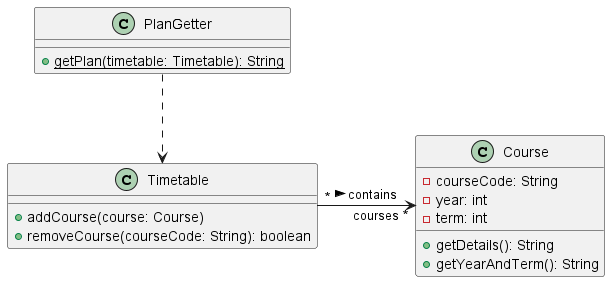
Earlier version of the PlantUML export docs/uml/TimetablePlan_ClassDiagram.png (nus-cs2113-AY2324S2/tp). Source of this version:
```plantuml
@startuml
class Timetable {
    +addCourse(course: Course)
    +removeCourse(courseCode: String): boolean
}

class Course {
    -courseCode: String
    -year: int
    -term: int
    +getDetails(): String
    +getYearAndTerm(): String
}

class PlanGetter {
    +{static} getPlan(timetable: Timetable): String
}

Timetable "*" -> "courses *" Course : contains >
PlanGetter ..> Timetable
@enduml
```
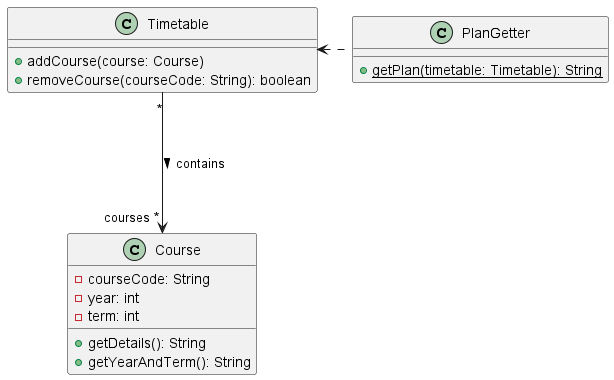
After the change.

What changed in the source:
```diff
@@ -16,6 +16,6 @@
     +{static} getPlan(timetable: Timetable): String
 }
 
-Timetable "*" -> "courses *" Course : contains >
-PlanGetter ..> Timetable
+Timetable "*" ---> "courses *" Course : contains >
+PlanGetter .left.> Timetable
 @enduml
```
